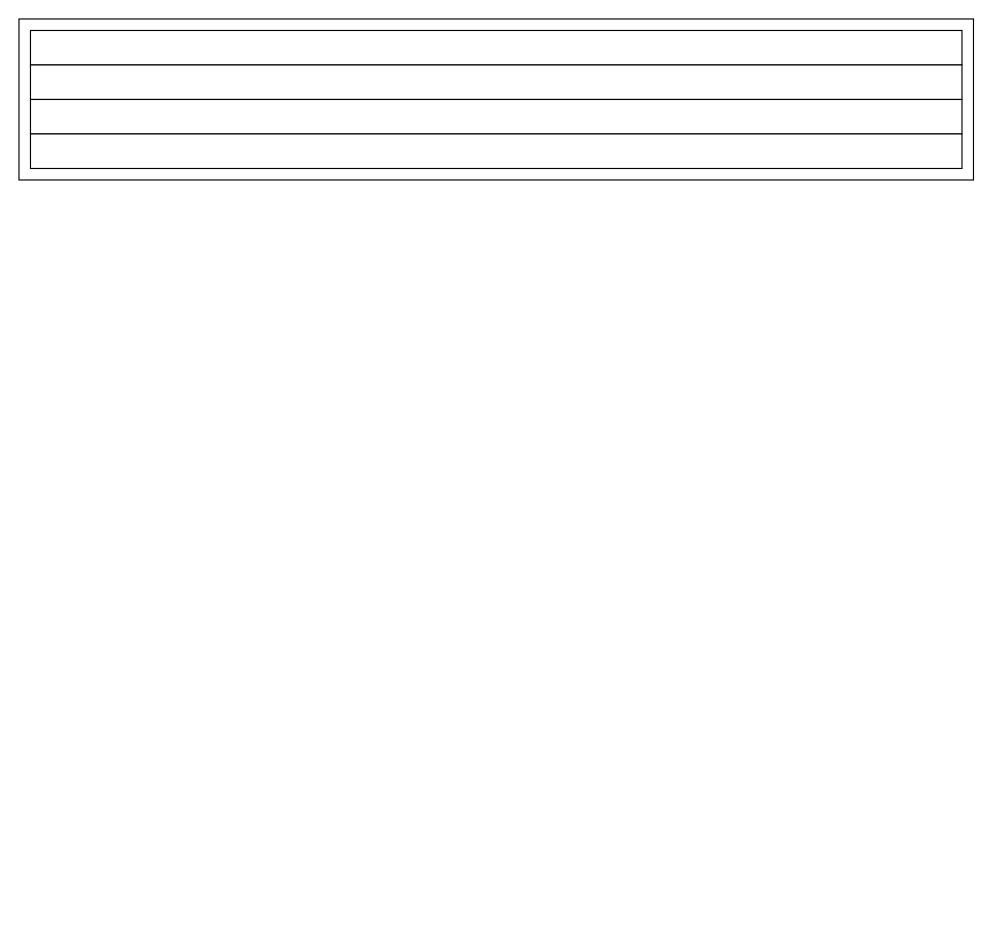
MisterNooblet/weekend_assigment3_amazonproductpage keeps this draw.io diagram as Untitled Diagram.drawio. Above is the earlier version. Source tidied: cells renumbered, new cells numbered last; positions are measured from the earlier drawing's top-left corner, leaving out a move shared by most shapes. Both pictures are drawn from the tidied source at 115%, with x=0, y=0 at pixel (18, 18).
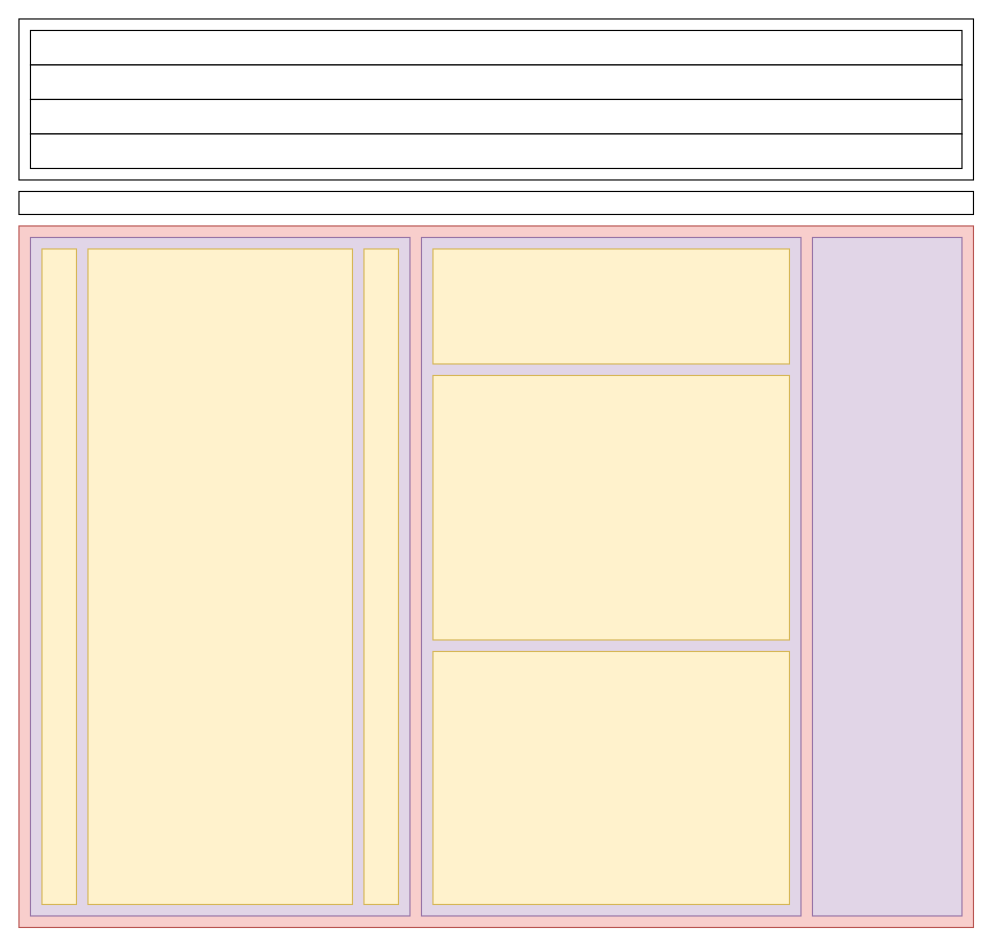
The same diagram, later.

The edit, as a diff of the source:
```diff
@@
 <mxGraphModel>
   <root>
     <mxCell id="0" />
     <mxCell id="1" parent="0" />
     <mxCell id="2" style="rounded=0;whiteSpace=wrap;html=1;" parent="1" vertex="1">
       <mxGeometry width="830" height="140" as="geometry" />
     </mxCell>
     <mxCell id="3" style="rounded=0;whiteSpace=wrap;html=1;" parent="1" vertex="1">
       <mxGeometry x="10" y="10" width="810" height="30" as="geometry" />
     </mxCell>
     <mxCell id="4" style="rounded=0;whiteSpace=wrap;html=1;" parent="1" vertex="1">
       <mxGeometry x="10" y="40" width="810" height="30" as="geometry" />
     </mxCell>
     <mxCell id="5" style="rounded=0;whiteSpace=wrap;html=1;" parent="1" vertex="1">
       <mxGeometry x="10" y="70" width="810" height="30" as="geometry" />
     </mxCell>
     <mxCell id="6" style="rounded=0;whiteSpace=wrap;html=1;" parent="1" vertex="1">
       <mxGeometry x="10" y="100" width="810" height="30" as="geometry" />
     </mxCell>
+    <mxCell id="7" style="rounded=0;whiteSpace=wrap;html=1;" parent="1" vertex="1">
+      <mxGeometry y="150" width="830" height="20" as="geometry" />
+    </mxCell>
+    <mxCell id="8" style="rounded=0;whiteSpace=wrap;html=1;fillColor=#f8cecc;strokeColor=#b85450;" parent="1" vertex="1">
+      <mxGeometry y="180" width="830" height="610" as="geometry" />
+    </mxCell>
+    <mxCell id="9" style="rounded=0;whiteSpace=wrap;html=1;fillColor=#e1d5e7;strokeColor=#9673a6;" parent="1" vertex="1">
+      <mxGeometry x="10" y="190" width="330" height="590" as="geometry" />
+    </mxCell>
+    <mxCell id="10" style="rounded=0;whiteSpace=wrap;html=1;fillColor=#e1d5e7;strokeColor=#9673a6;" parent="1" vertex="1">
+      <mxGeometry x="350" y="190" width="330" height="590" as="geometry" />
+    </mxCell>
+    <mxCell id="11" style="rounded=0;whiteSpace=wrap;html=1;fillColor=#e1d5e7;strokeColor=#9673a6;" parent="1" vertex="1">
+      <mxGeometry x="690" y="190" width="130" height="590" as="geometry" />
+    </mxCell>
+    <mxCell id="12" style="rounded=0;whiteSpace=wrap;html=1;fillColor=#fff2cc;strokeColor=#d6b656;" parent="1" vertex="1">
+      <mxGeometry x="20" y="200" width="30" height="570" as="geometry" />
+    </mxCell>
+    <mxCell id="13" style="rounded=0;whiteSpace=wrap;html=1;fillColor=#fff2cc;strokeColor=#d6b656;" parent="1" vertex="1">
+      <mxGeometry x="300" y="200" width="30" height="570" as="geometry" />
+    </mxCell>
+    <mxCell id="14" style="rounded=0;whiteSpace=wrap;html=1;fillColor=#fff2cc;strokeColor=#d6b656;" parent="1" vertex="1">
+      <mxGeometry x="60" y="200" width="230" height="570" as="geometry" />
+    </mxCell>
+    <mxCell id="15" style="rounded=0;whiteSpace=wrap;html=1;fillColor=#fff2cc;strokeColor=#d6b656;" parent="1" vertex="1">
+      <mxGeometry x="360" y="200" width="310" height="100" as="geometry" />
+    </mxCell>
+    <mxCell id="16" style="rounded=0;whiteSpace=wrap;html=1;fillColor=#fff2cc;strokeColor=#d6b656;" parent="1" vertex="1">
+      <mxGeometry x="360" y="310" width="310" height="230" as="geometry" />
+    </mxCell>
+    <mxCell id="17" style="rounded=0;whiteSpace=wrap;html=1;fillColor=#fff2cc;strokeColor=#d6b656;" parent="1" vertex="1">
+      <mxGeometry x="360" y="550" width="310" height="220" as="geometry" />
+    </mxCell>
   </root>
 </mxGraphModel>
```
